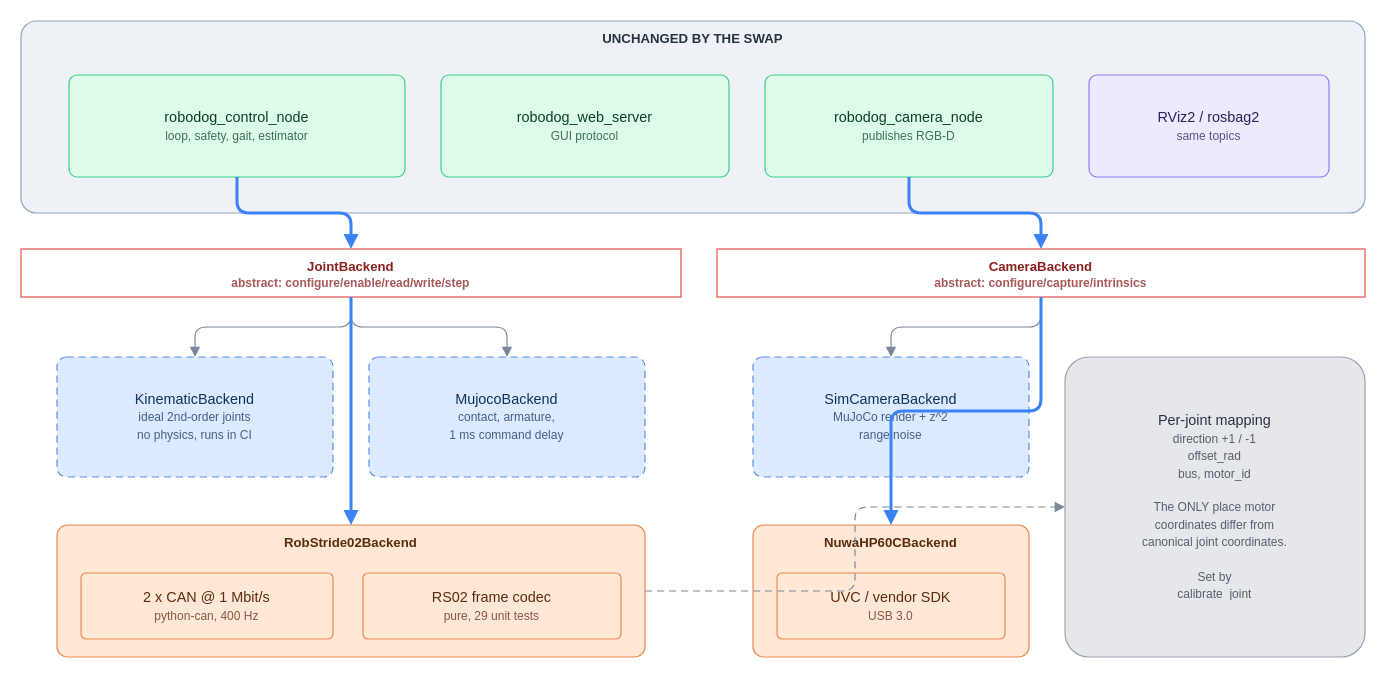
Above: docs/diagrams/hardware_boundary.drawio in farouk15160/robodog (draw.io), before the change. Source tidied: cells renumbered, new cells numbered last; positions are measured from the earlier drawing's top-left corner, leaving out a move shared by most shapes. Both pictures are drawn from the tidied source at 120%, with x=0, y=0 at pixel (20, 20).
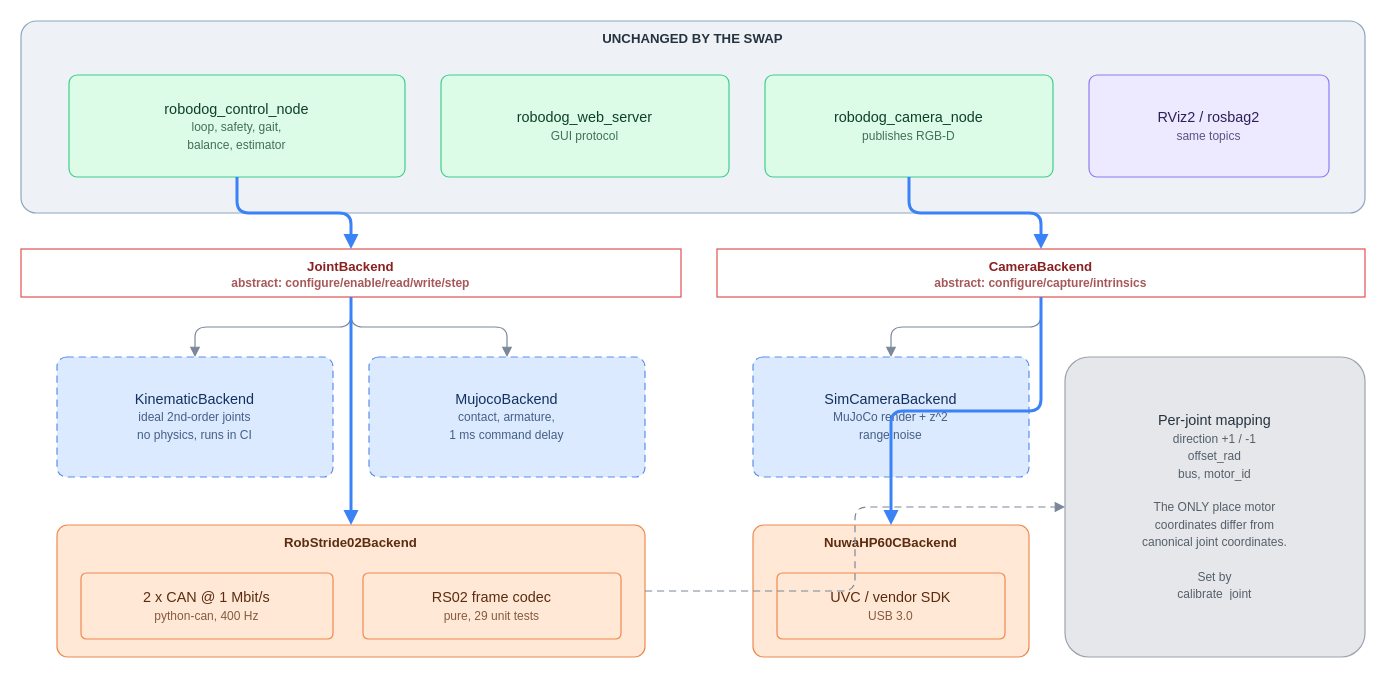
The same diagram, later.

The edit, as a diff of the source:
```diff
@@
-    <mxCell id="5" value="robodog_control_node&lt;br/&gt;&lt;font style='font-size:10px;opacity:0.75'&gt;loop, safety, gait, estimator&lt;/font&gt;" style="rounded=1;whiteSpace=wrap;html=1;fillColor=#dcfce7;strokeColor=#3ecf8e;fontColor=#0f3f2c;fontFamily=Helvetica;fontSize=12;arcSize=8;verticalAlign=middle;align=center;spacing=4;" parent="1" vertex="1">
+    <mxCell id="5" value="robodog_control_node&lt;br/&gt;&lt;font style='font-size:10px;opacity:0.75'&gt;loop, safety, gait,&#10;balance, estimator&lt;/font&gt;" style="rounded=1;whiteSpace=wrap;html=1;fillColor=#dcfce7;strokeColor=#3ecf8e;fontColor=#0f3f2c;fontFamily=Helvetica;fontSize=12;arcSize=8;verticalAlign=middle;align=center;spacing=4;" parent="1" vertex="1">
       <mxGeometry x="40" y="45" width="280" height="85" as="geometry" />
     </mxCell>
```
